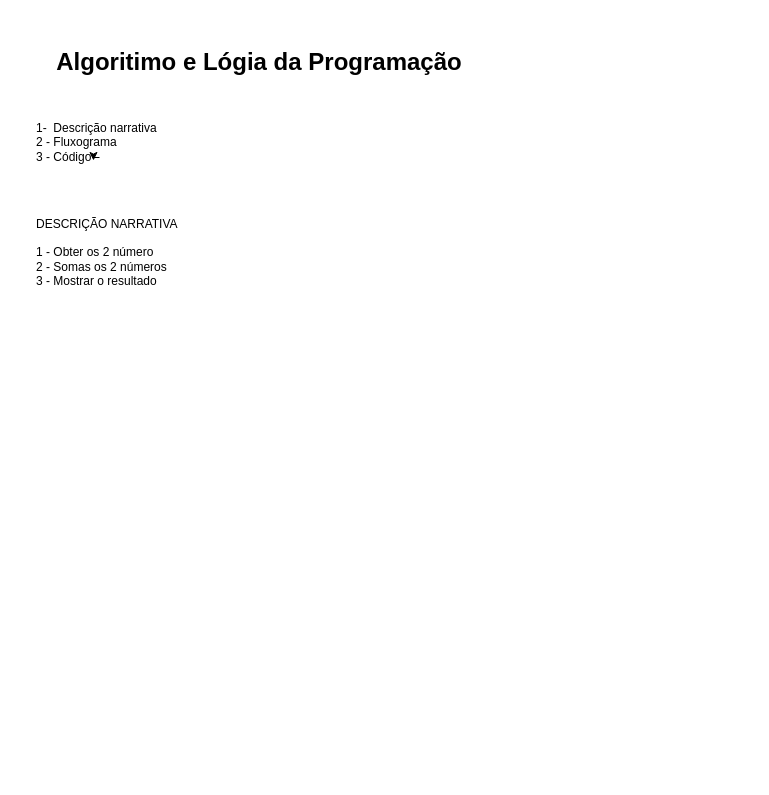
The draw.io diagram aula_01/diagrama_aula_01.drawio in ligialopes88/estudos-python, before the edit. Source tidied: cells renumbered, new cells numbered last; positions are measured from the earlier drawing's top-left corner, leaving out a move shared by most shapes. Both pictures are drawn from the tidied source at 100%, with x=0, y=0 at pixel (34, 37).
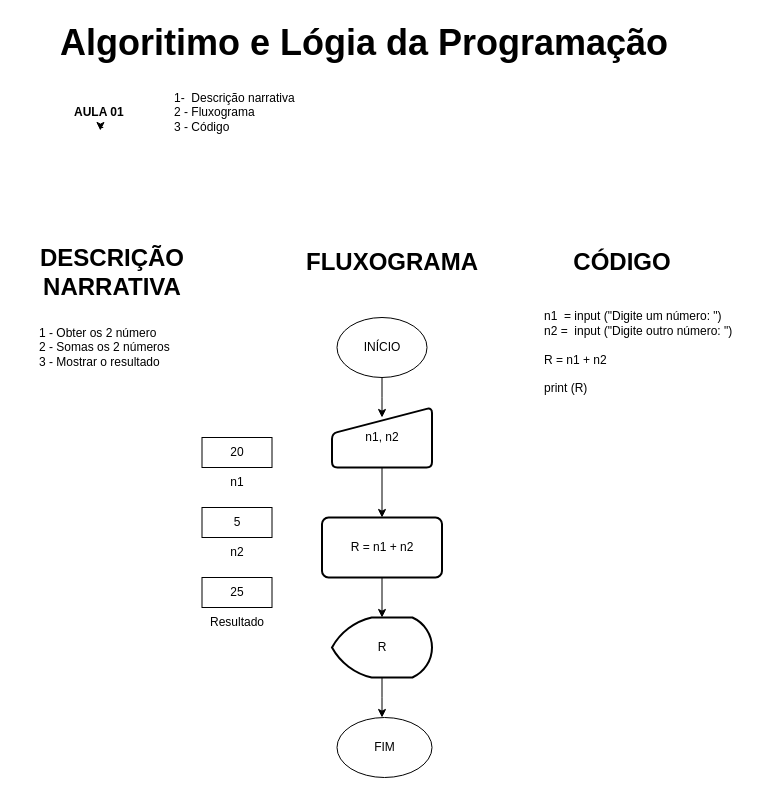
The same page after the edit.

Change to the diagram source:
```diff
@@
-    <mxCell id="2" value="&lt;b&gt;&lt;font style=&quot;font-size: 24px;&quot;&gt;Algoritimo e Lógia da Programação&lt;/font&gt;&lt;/b&gt;" style="text;html=1;whiteSpace=wrap;strokeColor=none;fillColor=none;align=center;verticalAlign=middle;rounded=0;" parent="1" vertex="1">
-      <mxGeometry x="20" width="410" height="50" as="geometry" />
+    <mxCell id="2" value="&lt;b&gt;&lt;font style=&quot;font-size: 36px;&quot;&gt;Algoritimo e Lógia da Programação&lt;/font&gt;&lt;/b&gt;" style="text;html=1;whiteSpace=wrap;strokeColor=none;fillColor=none;align=center;verticalAlign=middle;rounded=0;" parent="1" vertex="1">
+      <mxGeometry x="20" y="-20" width="620" height="50" as="geometry" />
     </mxCell>
-    <mxCell id="3" value="&lt;div style=&quot;&quot;&gt;&lt;span style=&quot;background-color: transparent; color: light-dark(rgb(0, 0, 0), rgb(255, 255, 255));&quot;&gt;1-&amp;nbsp; Descrição narrativa&lt;/span&gt;&lt;/div&gt;&lt;div&gt;2 - Fluxograma&lt;/div&gt;&lt;div&gt;3 - Código&lt;/div&gt;" style="text;html=1;whiteSpace=wrap;strokeColor=none;fillColor=none;align=left;verticalAlign=middle;rounded=0;" parent="1" vertex="1">
-      <mxGeometry y="90" width="130" height="30" as="geometry" />
+    <mxCell id="3" value="&lt;div style=&quot;&quot;&gt;&lt;b&gt;AULA 01&lt;/b&gt;&lt;/div&gt;" style="text;html=1;whiteSpace=wrap;strokeColor=none;fillColor=none;align=left;verticalAlign=middle;rounded=0;" parent="1" vertex="1">
+      <mxGeometry x="37.5" y="60" width="62.5" height="30" as="geometry" />
     </mxCell>
@@
-    <mxCell id="5" value="&lt;div style=&quot;&quot;&gt;DESCRIÇÃO NARRATIVA&lt;/div&gt;&lt;div style=&quot;&quot;&gt;&lt;br&gt;&lt;/div&gt;&lt;div style=&quot;&quot;&gt;1 - Obter os 2 número&lt;/div&gt;&lt;div style=&quot;&quot;&gt;2 - Somas os 2 números&lt;/div&gt;&lt;div style=&quot;&quot;&gt;3 - Mostrar o resultado&lt;/div&gt;" style="text;html=1;whiteSpace=wrap;strokeColor=none;fillColor=none;align=left;verticalAlign=middle;rounded=0;" parent="1" vertex="1">
-      <mxGeometry y="200" width="150" height="30" as="geometry" />
+    <mxCell id="5" value="&lt;div style=&quot;&quot;&gt;&lt;span style=&quot;background-color: transparent; color: light-dark(rgb(0, 0, 0), rgb(255, 255, 255));&quot;&gt;1 - Obter os 2 número&lt;/span&gt;&lt;/div&gt;&lt;div style=&quot;&quot;&gt;2 - Somas os 2 números&lt;/div&gt;&lt;div style=&quot;&quot;&gt;3 - Mostrar o resultado&lt;/div&gt;" style="text;html=1;whiteSpace=wrap;strokeColor=none;fillColor=none;align=left;verticalAlign=middle;rounded=0;" parent="1" vertex="1">
+      <mxGeometry x="2.5" y="295" width="180" height="30" as="geometry" />
     </mxCell>
+    <mxCell id="6" style="edgeStyle=orthogonalEdgeStyle;rounded=0;jettySize=auto;html=1;" parent="1" edge="1" source="7">
+      <mxGeometry relative="1" as="geometry">
+        <mxPoint x="347.5" y="380" as="targetPoint" />
+      </mxGeometry>
+    </mxCell>
+    <mxCell id="7" value="INÍCIO" style="ellipse;whiteSpace=wrap;html=1;" parent="1" vertex="1">
+      <mxGeometry x="302.5" y="280" width="90" height="60" as="geometry" />
+    </mxCell>
+    <mxCell id="8" style="edgeStyle=orthogonalEdgeStyle;rounded=0;jettySize=auto;html=1;" parent="1" edge="1" source="9" target="11">
+      <mxGeometry relative="1" as="geometry" />
+    </mxCell>
+    <mxCell id="9" value="n1, n2" style="html=1;strokeWidth=2;shape=manualInput;whiteSpace=wrap;rounded=1;size=26;arcSize=11;" parent="1" vertex="1">
+      <mxGeometry x="297.5" y="370" width="100" height="60" as="geometry" />
+    </mxCell>
+    <mxCell id="10" style="edgeStyle=orthogonalEdgeStyle;rounded=0;jettySize=auto;html=1;" parent="1" edge="1" source="11" target="13">
+      <mxGeometry relative="1" as="geometry" />
+    </mxCell>
+    <mxCell id="11" value="R = n1 + n2" style="whiteSpace=wrap;html=1;strokeWidth=2;rounded=1;arcSize=11;" parent="1" vertex="1">
+      <mxGeometry x="287.5" y="480" width="120" height="60" as="geometry" />
+    </mxCell>
+    <mxCell id="12" style="edgeStyle=orthogonalEdgeStyle;rounded=0;jettySize=auto;html=1;" parent="1" edge="1" source="13">
+      <mxGeometry relative="1" as="geometry">
+        <mxPoint x="347.5" y="680" as="targetPoint" />
+      </mxGeometry>
+    </mxCell>
+    <mxCell id="13" value="R" style="strokeWidth=2;html=1;shape=mxgraph.flowchart.display;whiteSpace=wrap;" parent="1" vertex="1">
+      <mxGeometry x="297.5" y="580" width="100" height="60" as="geometry" />
+    </mxCell>
+    <mxCell id="14" value="20" style="whiteSpace=wrap;html=1;" parent="1" vertex="1">
+      <mxGeometry x="167.5" y="400" width="70" height="30" as="geometry" />
+    </mxCell>
+    <mxCell id="15" value="5" style="whiteSpace=wrap;html=1;" parent="1" vertex="1">
+      <mxGeometry x="167.5" y="470" width="70" height="30" as="geometry" />
+    </mxCell>
+    <mxCell id="16" value="n1" style="text;html=1;whiteSpace=wrap;strokeColor=none;fillColor=none;align=center;verticalAlign=middle;rounded=0;" parent="1" vertex="1">
+      <mxGeometry x="172.5" y="430" width="60" height="30" as="geometry" />
+    </mxCell>
+    <mxCell id="17" value="n2" style="text;html=1;whiteSpace=wrap;strokeColor=none;fillColor=none;align=center;verticalAlign=middle;rounded=0;" parent="1" vertex="1">
+      <mxGeometry x="172.5" y="500" width="60" height="30" as="geometry" />
+    </mxCell>
+    <mxCell id="18" value="Resultado" style="text;html=1;whiteSpace=wrap;strokeColor=none;fillColor=none;align=center;verticalAlign=middle;rounded=0;" parent="1" vertex="1">
+      <mxGeometry x="172.5" y="570" width="60" height="30" as="geometry" />
+    </mxCell>
+    <mxCell id="19" value="25" style="whiteSpace=wrap;html=1;" parent="1" vertex="1">
+      <mxGeometry x="167.5" y="540" width="70" height="30" as="geometry" />
+    </mxCell>
+    <mxCell id="20" value="FIM" style="ellipse;whiteSpace=wrap;html=1;" parent="1" vertex="1">
+      <mxGeometry x="302.5" y="680" width="95" height="60" as="geometry" />
+    </mxCell>
+    <mxCell id="21" value="&lt;font style=&quot;font-size: 24px;&quot;&gt;&lt;b style=&quot;&quot;&gt;FLUXOGRAMA&lt;/b&gt;&lt;/font&gt;" style="text;html=1;whiteSpace=wrap;strokeColor=none;fillColor=none;align=center;verticalAlign=middle;rounded=0;" parent="1" vertex="1">
+      <mxGeometry x="327.5" y="210" width="60" height="30" as="geometry" />
+    </mxCell>
+    <mxCell id="22" value="&lt;font style=&quot;font-size: 24px;&quot;&gt;&lt;b&gt;DESCRIÇÃO NARRATIVA&lt;/b&gt;&lt;/font&gt;" style="text;html=1;whiteSpace=wrap;strokeColor=none;fillColor=none;align=center;verticalAlign=middle;rounded=0;" parent="1" vertex="1">
+      <mxGeometry x="-17.5" y="220" width="190" height="30" as="geometry" />
+    </mxCell>
+    <mxCell id="23" value="&lt;font style=&quot;font-size: 24px;&quot;&gt;&lt;b style=&quot;&quot;&gt;CÓDIGO&lt;/b&gt;&lt;/font&gt;" style="text;html=1;whiteSpace=wrap;strokeColor=none;fillColor=none;align=center;verticalAlign=middle;rounded=0;" parent="1" vertex="1">
+      <mxGeometry x="557.5" y="210" width="60" height="30" as="geometry" />
+    </mxCell>
+    <mxCell id="24" value="&lt;div style=&quot;&quot;&gt;n1&amp;nbsp; = input (&quot;Digite um número: &quot;)&lt;/div&gt;&lt;div style=&quot;&quot;&gt;n2 =&amp;nbsp; input (&quot;Digite outro número: &quot;)&lt;/div&gt;&lt;div style=&quot;&quot;&gt;&lt;br&gt;&lt;/div&gt;&lt;div style=&quot;&quot;&gt;R = n1 + n2&lt;/div&gt;&lt;div style=&quot;&quot;&gt;&lt;br&gt;&lt;/div&gt;&lt;div style=&quot;&quot;&gt;print (R)&lt;/div&gt;" style="text;html=1;whiteSpace=wrap;strokeColor=none;fillColor=none;align=left;verticalAlign=middle;rounded=0;" parent="1" vertex="1">
+      <mxGeometry x="507.5" y="300" width="210" height="30" as="geometry" />
+    </mxCell>
+    <mxCell id="25" value="&lt;div style=&quot;&quot;&gt;&lt;span style=&quot;background-color: transparent; color: light-dark(rgb(0, 0, 0), rgb(255, 255, 255));&quot;&gt;1-&amp;nbsp; Descrição narrativa&lt;/span&gt;&lt;/div&gt;&lt;div&gt;2 - Fluxograma&lt;/div&gt;&lt;div&gt;3 - Código&lt;/div&gt;" style="text;html=1;whiteSpace=wrap;strokeColor=none;fillColor=none;align=left;verticalAlign=middle;rounded=0;" parent="1" vertex="1">
+      <mxGeometry x="137.5" y="60" width="130" height="30" as="geometry" />
+    </mxCell>
```
